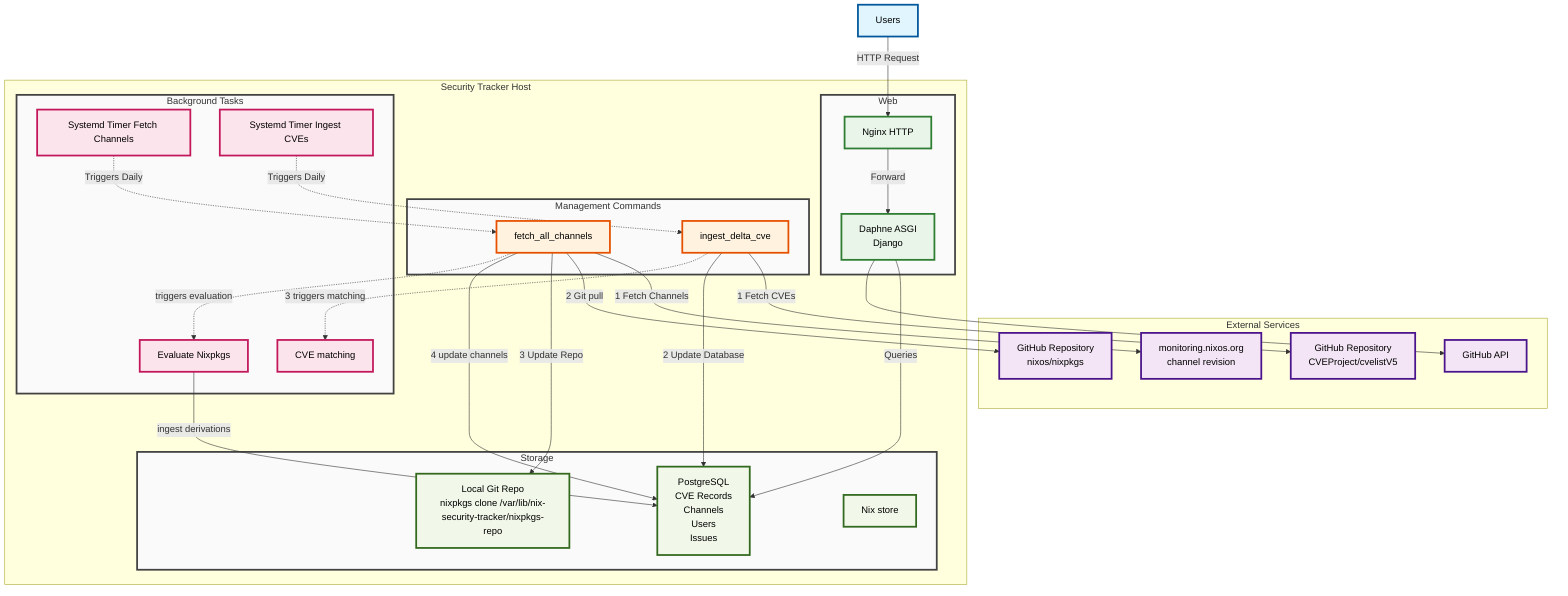
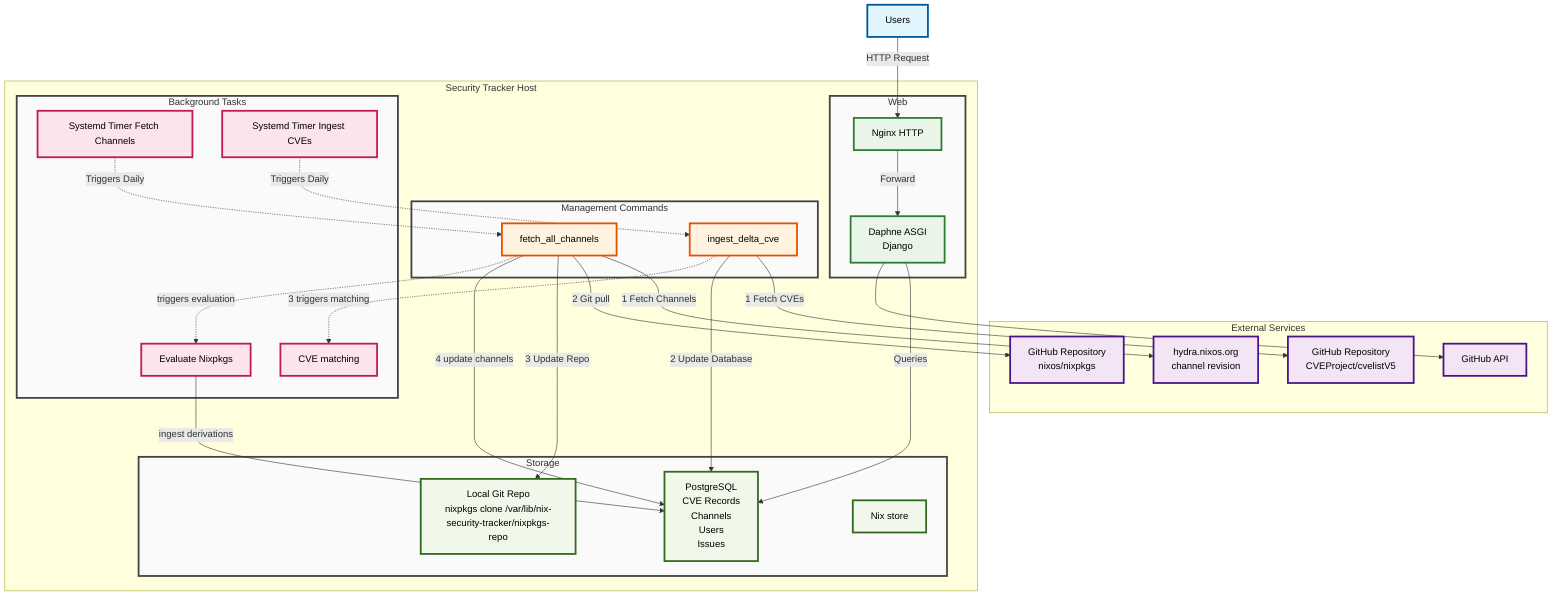
graph TB
    Users["Users"]

    subgraph External["External Services"]
        GitHub["GitHub API"]
        GitHubNixos["GitHub Repository<br/>nixos/nixpkgs"]
        GitHubCVEs["GitHub Repository<br/>CVEProject/cvelistV5"]
-         NixMonitoring["monitoring.nixos.org<br/>channel revision"]
+         Hydra["hydra.nixos.org<br/>channel revision"]
    end

    subgraph SecurityTracker ["Security Tracker Host"]
	  subgraph Web["Web"]
		  Nginx["Nginx HTTP"]
		  DaphneAsgi["Daphne ASGI<br/>Django"]
	  end

	  subgraph ManageCommands["Management Commands"]
		  FetchAllChannels["fetch_all_channels"]
		  IngestCVEs["ingest_delta_cve"]
	  end

	  subgraph Background["Background Tasks"]
		  SystemdTimerChannels["Systemd Timer Fetch Channels"]
		  SystemdTimerCVEs["Systemd Timer Ingest CVEs"]
          NixEval["Evaluate Nixpkgs"]
          MatchingListener["CVE matching"]
	  end

	  subgraph Storage["Storage"]
		  PostgreSQL["PostgreSQL<br/>CVE Records<br/>Channels<br/>Users<br/>Issues"]
		  LocalGitCheckout["Local Git Repo<br/>nixpkgs clone /var/lib/nix-security-tracker/nixpkgs-repo"]
		  NixStore["Nix store"]
	  end

    end

	%% User interactions
	Users -->|HTTP Request| Nginx -->|Forward| DaphneAsgi -->|Queries| PostgreSQL
    DaphneAsgi --> GitHub

    %% Timers
    SystemdTimerChannels -.->|Triggers Daily| FetchAllChannels
-     FetchAllChannels -->|1 Fetch Channels| NixMonitoring
+     FetchAllChannels -->|1 Fetch Channels| Hydra
    FetchAllChannels -->|2 Git pull| GitHubNixos
    FetchAllChannels -->|3 Update Repo| LocalGitCheckout
    FetchAllChannels -->|4 update channels| PostgreSQL
    FetchAllChannels -.->|triggers evaluation| NixEval
    NixEval -->|ingest derivations| PostgreSQL

    SystemdTimerCVEs -.->|Triggers Daily| IngestCVEs
    IngestCVEs -->|1 Fetch CVEs| GitHubCVEs
    IngestCVEs -->|2 Update Database| PostgreSQL
    IngestCVEs -.->|3 triggers matching| MatchingListener

  classDef userClass fill:#e1f5fe,stroke:#01579b,stroke-width:3px,color:#000
    classDef externalClass fill:#f3e5f5,stroke:#4a148c,stroke-width:3px,color:#000
    classDef webClass fill:#e8f5e8,stroke:#2e7d32,stroke-width:3px,color:#000
    classDef commandClass fill:#fff3e0,stroke:#e65100,stroke-width:3px,color:#000
    classDef backgroundClass fill:#fce4ec,stroke:#c2185b,stroke-width:3px,color:#000
    classDef storageClass fill:#f1f8e9,stroke:#33691e,stroke-width:3px,color:#000
    classDef subgraphClass fill:#fafafa,stroke:#424242,stroke-width:3px

    class Users userClass
-     class GitHub,GitHubNixos,GitHubCVEs,NixMonitoring externalClass
+     class GitHub,GitHubNixos,GitHubCVEs,Hydra externalClass
    class Nginx,DaphneAsgi webClass
    class FetchAllChannels,IngestCVEs commandClass
    class SystemdTimerChannels,SystemdTimerCVEs,NixEval,MatchingListener backgroundClass
    class PostgreSQL,LocalGitCheckout,NixStore storageClass
    class Storage,Background,ManageCommands,Web subgraphClass

    click FetchAllChannels "https://github.com/NixOS/nix-security-tracker/blob/main/src/shared/management/commands/fetch_all_channels.py" "fetch_all_channels"
    click IngestCVEs "https://github.com/NixOS/nix-security-tracker/blob/main/src/shared/management/commands/ingest_delta_cve.py" "ingest_delta_cve"
    click NixEval "https://github.com/NixOS/nix-security-tracker/blob/main/src/shared/listeners/nix_evaluation.py" "Evaluate Nixpkgs"
    click MatchingListener "https://github.com/NixOS/nix-security-tracker/blob/main/src/shared/listeners/automatic_linkage.py" "CVE matching"
    click DaphneAsgi "https://github.com/NixOS/nix-security-tracker/blob/main/src/project/asgi.py" "Daphne ASGI"
